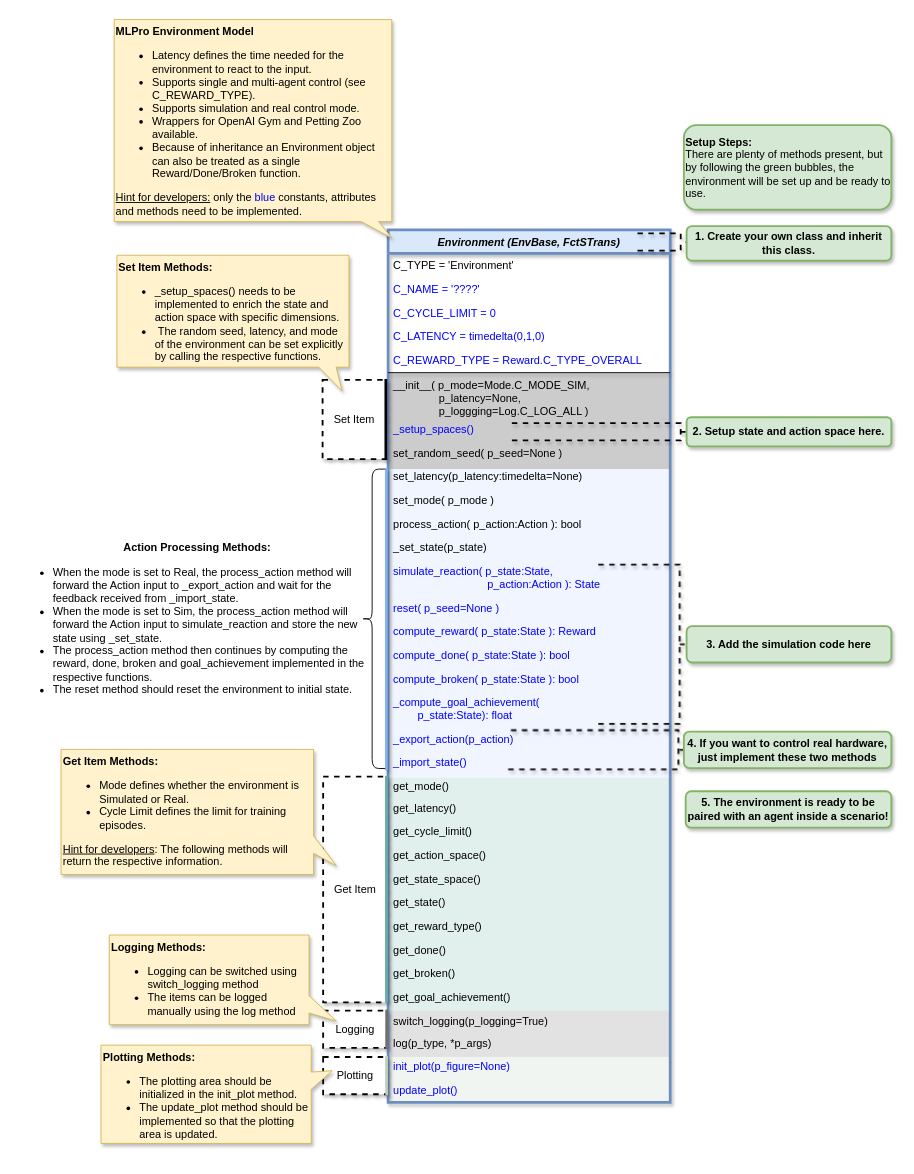
This is doc/rtd/content/rl/env/images/MLPro-RL-Env_class_Environment_commented.drawio from fhswf/MLPro, a draw.io file, before an edit. Source tidied: cells renumbered, new cells numbered last; positions are measured from the earlier drawing's top-left corner, leaving out a move shared by most shapes. Both pictures are drawn from the tidied source at 91%, with x=0, y=0 at pixel (15, 19).
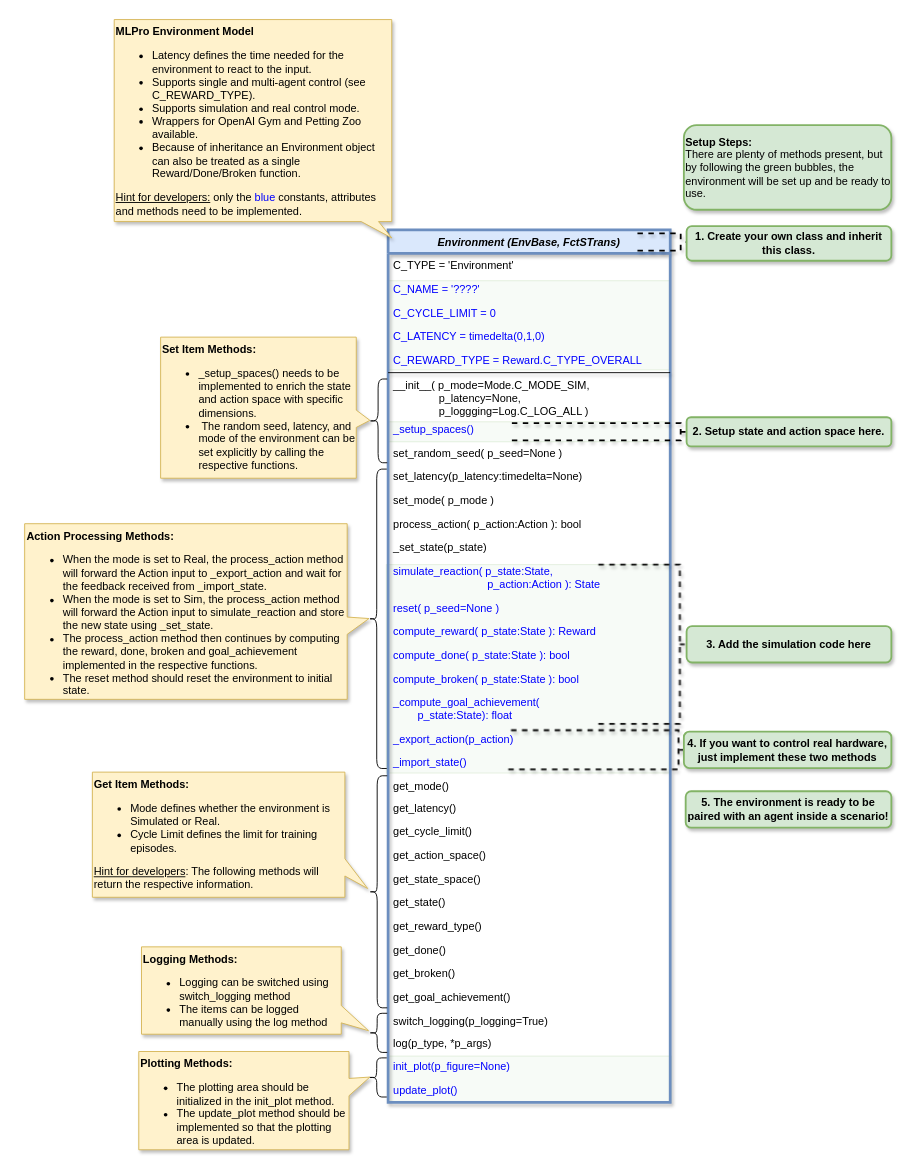
Above is the later version.

Commit message (it also covers changes not shown here):
Edit New Design for commented diagram #170

The edit, as a diff of the source:
```diff
@@
-    <mxCell id="2" style="rounded=0;whiteSpace=wrap;html=1;strokeColor=none;fillColor=#BBCCBA;opacity=20;" parent="1" vertex="1">
-      <mxGeometry x="409" y="1140" width="310" height="49" as="geometry" />
-    </mxCell>
-    <mxCell id="3" style="rounded=0;whiteSpace=wrap;html=1;strokeColor=none;fillColor=#707070;opacity=20;" parent="1" vertex="1">
-      <mxGeometry x="410" y="1089" width="309" height="51" as="geometry" />
-    </mxCell>
-    <mxCell id="4" style="rounded=0;whiteSpace=wrap;html=1;strokeColor=none;fillColor=#6AB0A4;opacity=20;" parent="1" vertex="1">
-      <mxGeometry x="410" y="833" width="309" height="256" as="geometry" />
-    </mxCell>
-    <mxCell id="5" style="rounded=0;whiteSpace=wrap;html=1;strokeColor=none;fillColor=#000000;opacity=20;" parent="1" vertex="1">
-      <mxGeometry x="409" y="388" width="310" height="106" as="geometry" />
-    </mxCell>
+    <mxCell id="69" style="rounded=0;whiteSpace=wrap;html=1;opacity=20;fillColor=#d5e8d4;strokeColor=#82b366;" parent="1" vertex="1">
+      <mxGeometry x="409" y="1139" width="311" height="51" as="geometry" />
+    </mxCell>
+    <mxCell id="70" style="rounded=0;whiteSpace=wrap;html=1;opacity=20;fillColor=#d5e8d4;strokeColor=#82b366;" parent="1" vertex="1">
+      <mxGeometry x="409" y="287" width="310" height="98" as="geometry" />
+    </mxCell>
+    <mxCell id="71" style="rounded=0;whiteSpace=wrap;html=1;fillColor=#d5e8d4;strokeColor=#82b366;opacity=20;" parent="1" vertex="1">
+      <mxGeometry x="409" y="442" width="310" height="22" as="geometry" />
+    </mxCell>
-    <mxCell id="6" style="rounded=0;whiteSpace=wrap;html=1;strokeColor=none;fillColor=#B5CEFF;opacity=20;" parent="1" vertex="1">
-      <mxGeometry x="407" y="494" width="312" height="339" as="geometry" />
+    <mxCell id="6" style="rounded=0;whiteSpace=wrap;html=1;strokeColor=#82b366;fillColor=#d5e8d4;opacity=20;" parent="1" vertex="1">
+      <mxGeometry x="407" y="599" width="311" height="229" as="geometry" />
     </mxCell>
-    <mxCell id="7" value="&lt;font color=&quot;#000000&quot;&gt;Plotting&lt;/font&gt;" style="rounded=0;whiteSpace=wrap;html=1;fontColor=#878787;strokeColor=default;strokeWidth=2;dashed=1;shadow=1;" parent="1" vertex="1">
-      <mxGeometry x="337.6" y="1140" width="70" height="41" as="geometry" />
-    </mxCell>
-    <mxCell id="8" value="&lt;font color=&quot;#000000&quot;&gt;Logging&lt;/font&gt;" style="rounded=0;whiteSpace=wrap;html=1;fontColor=#878787;strokeColor=default;strokeWidth=2;dashed=1;shadow=1;" parent="1" vertex="1">
-      <mxGeometry x="337.6" y="1089" width="70" height="41" as="geometry" />
-    </mxCell>
-    <mxCell id="9" value="&lt;font color=&quot;#000000&quot;&gt;Get Item&lt;/font&gt;" style="rounded=0;whiteSpace=wrap;html=1;fontColor=#878787;strokeColor=default;strokeWidth=2;dashed=1;shadow=1;" parent="1" vertex="1">
-      <mxGeometry x="337.6" y="832" width="70" height="248" as="geometry" />
-    </mxCell>
-    <mxCell id="10" value="&lt;font color=&quot;#000000&quot;&gt;Set Item&lt;/font&gt;" style="rounded=0;whiteSpace=wrap;html=1;fontColor=#878787;strokeColor=default;strokeWidth=2;dashed=1;shadow=1;" parent="1" vertex="1">
-      <mxGeometry x="337" y="396" width="70" height="87" as="geometry" />
-    </mxCell>
@@
-    <mxCell id="48" style="line;html=1;strokeWidth=3;align=left;verticalAlign=middle;spacingTop=-1;spacingLeft=3;spacingRight=3;labelPosition=right;direction=south;strokeColor=#000000;shadow=1;" parent="1" vertex="1">
-      <mxGeometry x="405" y="395" width="3" height="89" as="geometry" />
-    </mxCell>
-    <mxCell id="49" style="line;html=1;strokeWidth=3;align=left;verticalAlign=middle;spacingTop=-1;spacingLeft=3;spacingRight=3;labelPosition=right;direction=south;strokeColor=#6AB0A4;shadow=1;" parent="1" vertex="1">
-      <mxGeometry x="405.6" y="831" width="3" height="249" as="geometry" />
-    </mxCell>
-    <mxCell id="50" style="line;html=1;strokeWidth=3;align=left;verticalAlign=middle;spacingTop=-1;spacingLeft=3;spacingRight=3;labelPosition=right;direction=south;strokeColor=#BBCCBA;shadow=1;" parent="1" vertex="1">
-      <mxGeometry x="405.8" y="1139" width="3.2" height="43" as="geometry" />
-    </mxCell>
-    <mxCell id="51" style="line;html=1;strokeWidth=3;align=left;verticalAlign=middle;spacingTop=-1;spacingLeft=3;spacingRight=3;labelPosition=right;direction=south;strokeColor=#86B0ED;shadow=1;" parent="1" vertex="1">
-      <mxGeometry x="405.2" y="493" width="3.8" height="332" as="geometry" />
-    </mxCell>
-    <mxCell id="52" style="line;html=1;strokeWidth=3;align=left;verticalAlign=middle;spacingTop=-1;spacingLeft=3;spacingRight=3;labelPosition=right;direction=south;strokeColor=#707070;shadow=1;" parent="1" vertex="1">
-      <mxGeometry x="405.9" y="1088" width="3" height="43" as="geometry" />
-    </mxCell>
-    <mxCell id="53" value="&lt;b&gt;Set Item Methods:&lt;/b&gt;&lt;br&gt;&lt;ul&gt;&lt;li&gt;_setup_spaces() needs to be implemented to enrich the state and action space with specific dimensions.&lt;/li&gt;&lt;li&gt;&lt;b style=&quot;font-weight: bold&quot;&gt;&amp;nbsp;&lt;/b&gt;The random seed, latency, and mode of the environment can be set explicitly by calling the respective functions.&amp;nbsp;&lt;/li&gt;&lt;/ul&gt;" style="shape=callout;whiteSpace=wrap;html=1;perimeter=calloutPerimeter;shadow=1;fillColor=#fff2cc;strokeColor=#d6b656;align=left;verticalAlign=top;base=19;size=26;position=0.87;position2=0.97;" parent="1" vertex="1">
-      <mxGeometry x="111" y="259" width="255" height="149" as="geometry" />
+    <mxCell id="53" value="&lt;b&gt;Set Item Methods:&lt;/b&gt;&lt;br&gt;&lt;ul&gt;&lt;li&gt;_setup_spaces() needs to be implemented to enrich the state and action space with specific dimensions.&lt;/li&gt;&lt;li&gt;&lt;b style=&quot;font-weight: bold&quot;&gt;&amp;nbsp;&lt;/b&gt;The random seed, latency, and mode of the environment can be set explicitly by calling the respective functions.&amp;nbsp;&lt;/li&gt;&lt;/ul&gt;" style="shape=callout;whiteSpace=wrap;html=1;perimeter=calloutPerimeter;shadow=1;fillColor=#fff2cc;strokeColor=#d6b656;align=left;verticalAlign=top;base=19;size=15;position=0.36;position2=0.41;direction=north;" parent="1" vertex="1">
+      <mxGeometry x="159" y="349" width="230" height="155" as="geometry" />
     </mxCell>
@@
     <mxCell id="64" value="&lt;b&gt;Get Item Methods:&lt;/b&gt;&lt;br&gt;&lt;ul&gt;&lt;li&gt;Mode defines whether the environment is Simulated or Real.&lt;/li&gt;&lt;li&gt;&lt;span&gt;Cycle Limit defines the limit for training episodes.&lt;/span&gt;&lt;br&gt;&lt;/li&gt;&lt;/ul&gt;&lt;u&gt;Hint for developers&lt;/u&gt;: The following methods will return the respective information." style="shape=callout;whiteSpace=wrap;html=1;perimeter=calloutPerimeter;shadow=1;fillColor=#fff2cc;strokeColor=#d6b656;align=left;verticalAlign=top;base=19;size=25;position=0.17;position2=0.07;direction=north;" parent="1" vertex="1">
-      <mxGeometry x="49.6" y="802" width="302.5" height="137.5" as="geometry" />
+      <mxGeometry x="84" y="827" width="302.5" height="137.5" as="geometry" />
     </mxCell>
     <mxCell id="65" value="&lt;b&gt;Logging Methods:&lt;/b&gt;&lt;br&gt;&lt;ul&gt;&lt;li&gt;Logging can be switched using switch_logging method&lt;/li&gt;&lt;li&gt;The items can be logged manually using the log method&lt;/li&gt;&lt;/ul&gt;" style="shape=callout;whiteSpace=wrap;html=1;perimeter=calloutPerimeter;shadow=1;fillColor=#fff2cc;strokeColor=#d6b656;align=left;verticalAlign=top;base=19;size=30;position=0.13;position2=0.04;direction=north;" parent="1" vertex="1">
-      <mxGeometry x="102.6" y="1006" width="249.5" height="98.5" as="geometry" />
+      <mxGeometry x="138" y="1019" width="249.5" height="96" as="geometry" />
     </mxCell>
     <mxCell id="66" value="&lt;b&gt;Plotting Methods:&lt;/b&gt;&lt;br&gt;&lt;ul&gt;&lt;li&gt;The plotting area should be initialized in the init_plot method.&lt;/li&gt;&lt;li&gt;The update_plot method should be implemented so that the plotting area is updated.&lt;/li&gt;&lt;/ul&gt;" style="shape=callout;whiteSpace=wrap;html=1;perimeter=calloutPerimeter;shadow=1;fillColor=#fff2cc;strokeColor=#d6b656;align=left;verticalAlign=top;base=19;size=23;position=0.55;position2=0.74;direction=north;" parent="1" vertex="1">
-      <mxGeometry x="93.5" y="1127" width="254" height="108" as="geometry" />
+      <mxGeometry x="135" y="1134" width="254" height="108" as="geometry" />
     </mxCell>
     <mxCell id="67" style="shape=curlyBracket;whiteSpace=wrap;html=1;rounded=1;flipH=1;size=0.44943820224719094;rotation=-180;" parent="1" vertex="1">
-      <mxGeometry x="379.7" y="494" width="26.1" height="329" as="geometry" />
+      <mxGeometry x="387.5" y="494" width="20" height="329" as="geometry" />
     </mxCell>
-    <mxCell id="68" value="&lt;b style=&quot;text-align: left&quot;&gt;Action Processing Methods:&lt;/b&gt;&lt;br style=&quot;text-align: left&quot;&gt;&lt;ul style=&quot;text-align: left&quot;&gt;&lt;li&gt;When the mode is set to Real, the process_action method will forward the Action input to _export_action and wait for the feedback received from _import_state.&lt;/li&gt;&lt;li&gt;When the mode is set to Sim, the process_action method will forward the Action input to simulate_reaction and store the new state using _set_state.&lt;/li&gt;&lt;li&gt;The process_action method then continues by computing the reward, done, broken and goal_achievement implemented in the respective functions.&lt;/li&gt;&lt;li&gt;The reset method should reset the environment to initial state.&lt;/li&gt;&lt;/ul&gt;" style="text;html=1;strokeColor=none;fillColor=none;align=center;verticalAlign=middle;whiteSpace=wrap;rounded=0;" parent="1" vertex="1">
-      <mxGeometry y="650" width="399" height="30" as="geometry" />
+    <mxCell id="68" value="&lt;b&gt;Action Processing Methods:&lt;/b&gt;&lt;br&gt;&lt;ul&gt;&lt;li&gt;When the mode is set to Real, the process_action method will forward the Action input to _export_action and wait for the feedback received from _import_state.&lt;/li&gt;&lt;li&gt;When the mode is set to Sim, the process_action method will forward the Action input to simulate_reaction and store the new state using _set_state.&lt;/li&gt;&lt;li&gt;The process_action method then continues by computing the reward, done, broken and goal_achievement implemented in the respective functions.&lt;/li&gt;&lt;li&gt;The reset method should reset the environment to initial state.&lt;/li&gt;&lt;/ul&gt;" style="shape=callout;whiteSpace=wrap;html=1;perimeter=calloutPerimeter;shadow=1;fillColor=#fff2cc;strokeColor=#d6b656;align=left;verticalAlign=top;base=19;size=24;position=0.37;position2=0.46;direction=north;" parent="1" vertex="1">
+      <mxGeometry x="9.6" y="554" width="378.4" height="193" as="geometry" />
     </mxCell>
+    <mxCell id="72" style="shape=curlyBracket;whiteSpace=wrap;html=1;rounded=1;" parent="1" vertex="1">
+      <mxGeometry x="388" y="395" width="20" height="92" as="geometry" />
+    </mxCell>
+    <mxCell id="73" style="shape=curlyBracket;whiteSpace=wrap;html=1;rounded=1;flipH=1;size=0.44943820224719094;rotation=-180;" parent="1" vertex="1">
+      <mxGeometry x="388" y="831" width="20" height="255" as="geometry" />
+    </mxCell>
+    <mxCell id="74" style="shape=curlyBracket;whiteSpace=wrap;html=1;rounded=1;flipH=1;size=0.44943820224719094;rotation=-180;" parent="1" vertex="1">
+      <mxGeometry x="388" y="1092" width="20" height="43" as="geometry" />
+    </mxCell>
+    <mxCell id="75" style="shape=curlyBracket;whiteSpace=wrap;html=1;rounded=1;flipH=1;size=0.44943820224719094;rotation=-180;" parent="1" vertex="1">
+      <mxGeometry x="387.5" y="1141" width="20" height="43" as="geometry" />
+    </mxCell>
```
